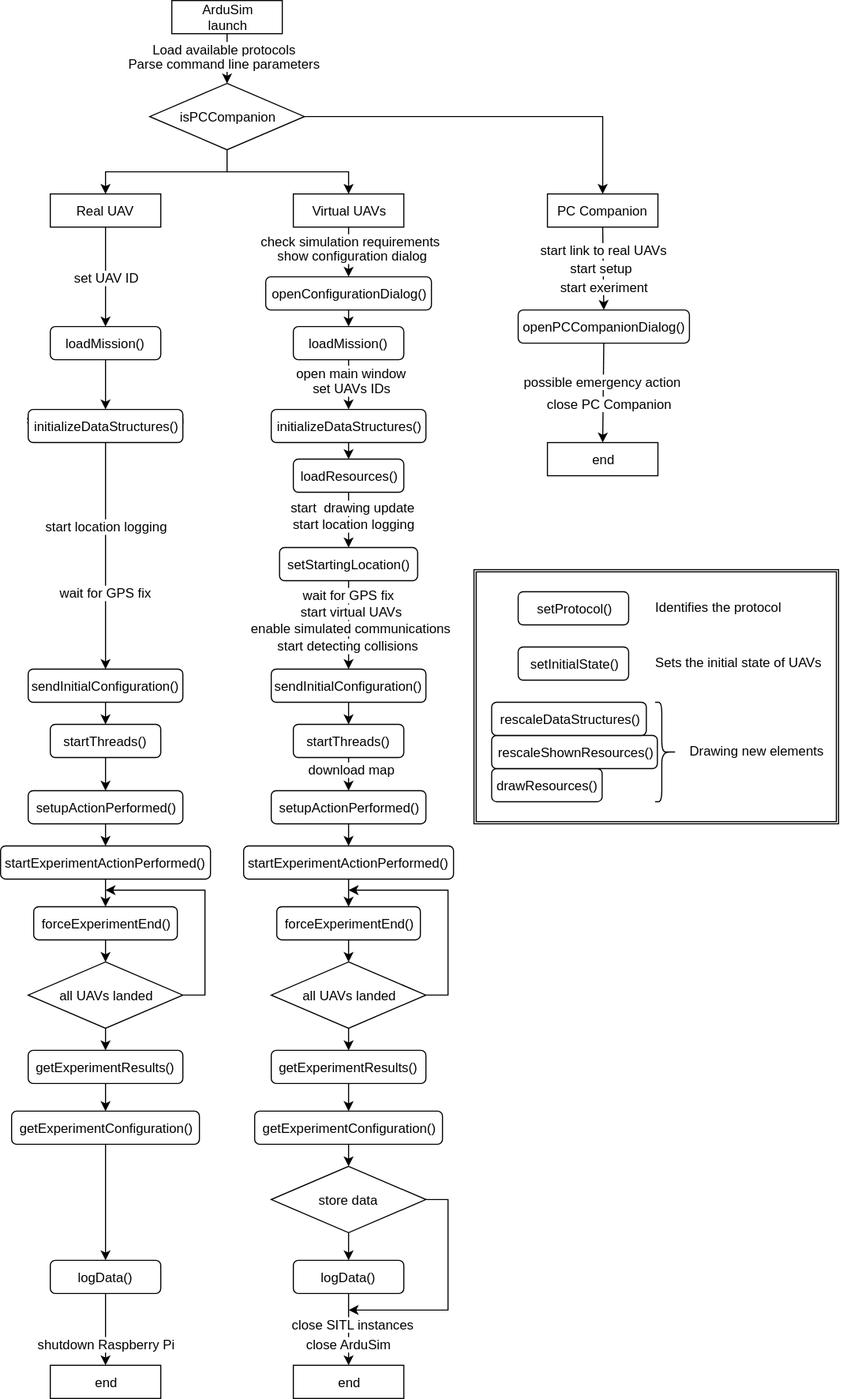
This is help/ArduSimworkflow.svg from GRCDEV/ArduSim, a draw.io export, as it was before one commit. Source tidied: cells renumbered, new cells last; positions are measured from the earlier drawing's top-left corner, leaving out a move shared by most shapes.
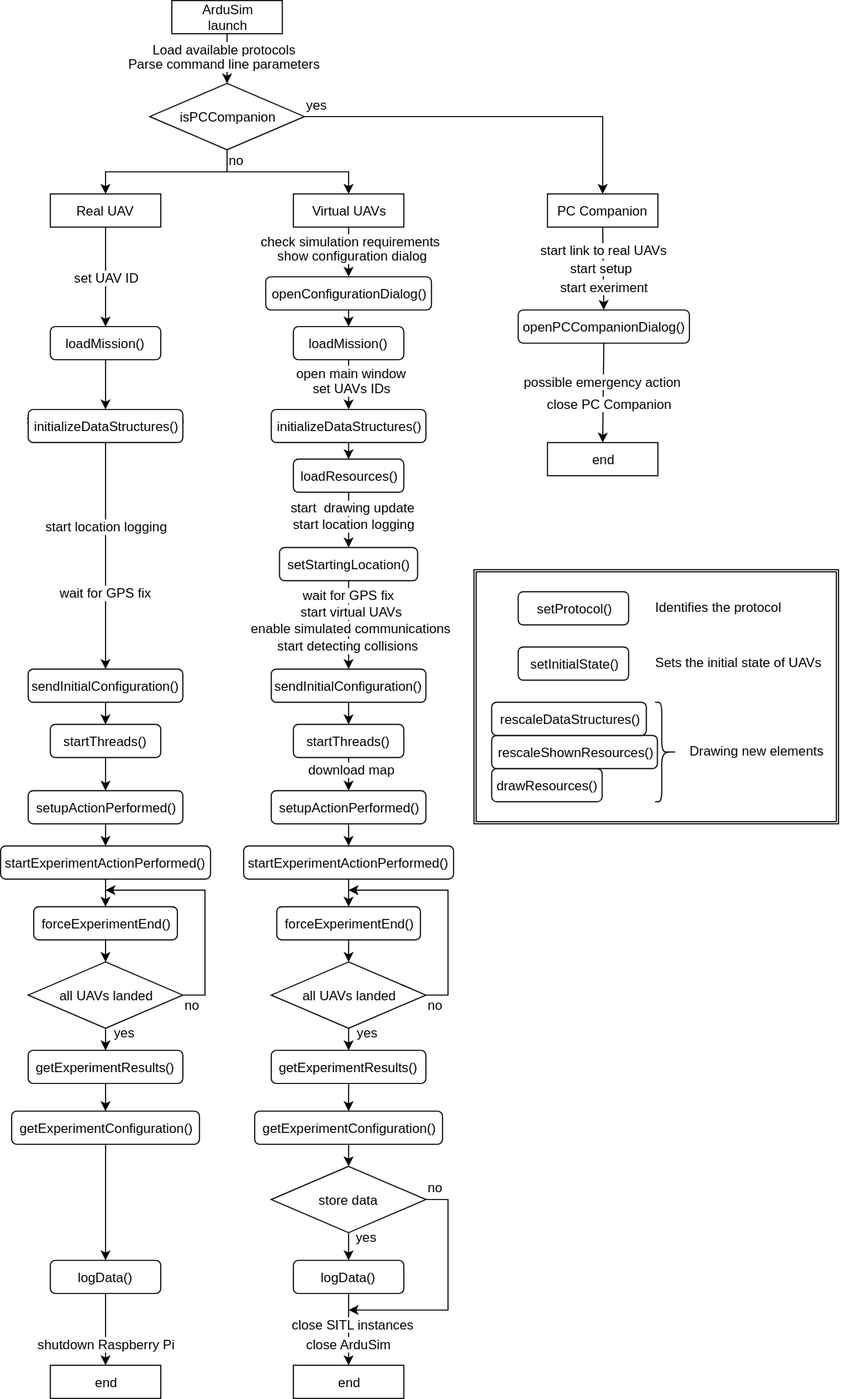
After the change.

What changed in the source:
```diff
@@ -399,5 +399,29 @@
     <mxCell id="108" style="shape=ext;double=1;rounded=0;whiteSpace=wrap;html=1;fillColor=none;" parent="1" vertex="1">
       <mxGeometry x="428.5" y="515" width="330" height="230" as="geometry" />
     </mxCell>
+    <mxCell id="109" value="yes" style="text;html=1;align=left;verticalAlign=top;spacingTop=-4;" parent="1" vertex="1">
+      <mxGeometry x="275" y="85" width="30" height="20" as="geometry" />
+    </mxCell>
+    <mxCell id="110" value="no" style="text;html=1;align=left;verticalAlign=top;spacingTop=-4;" parent="1" vertex="1">
+      <mxGeometry x="205" y="135" width="30" height="20" as="geometry" />
+    </mxCell>
+    <mxCell id="111" value="no" style="text;html=1;align=left;verticalAlign=top;spacingTop=-4;" parent="1" vertex="1">
+      <mxGeometry x="165" y="900" width="30" height="20" as="geometry" />
+    </mxCell>
+    <mxCell id="112" value="yes" style="text;html=1;align=left;verticalAlign=top;spacingTop=-4;" parent="1" vertex="1">
+      <mxGeometry x="101" y="925" width="30" height="20" as="geometry" />
+    </mxCell>
+    <mxCell id="113" value="no" style="text;html=1;align=left;verticalAlign=top;spacingTop=-4;" parent="1" vertex="1">
+      <mxGeometry x="385" y="900" width="30" height="20" as="geometry" />
+    </mxCell>
+    <mxCell id="114" value="yes" style="text;html=1;align=left;verticalAlign=top;spacingTop=-4;" parent="1" vertex="1">
+      <mxGeometry x="321" y="925" width="30" height="20" as="geometry" />
+    </mxCell>
+    <mxCell id="115" value="no" style="text;html=1;align=left;verticalAlign=top;spacingTop=-4;" parent="1" vertex="1">
+      <mxGeometry x="385" y="1065" width="30" height="20" as="geometry" />
+    </mxCell>
+    <mxCell id="116" value="yes" style="text;html=1;align=left;verticalAlign=top;spacingTop=-4;" parent="1" vertex="1">
+      <mxGeometry x="320" y="1110" width="30" height="20" as="geometry" />
+    </mxCell>
   </root>
 </mxGraphModel>
```
